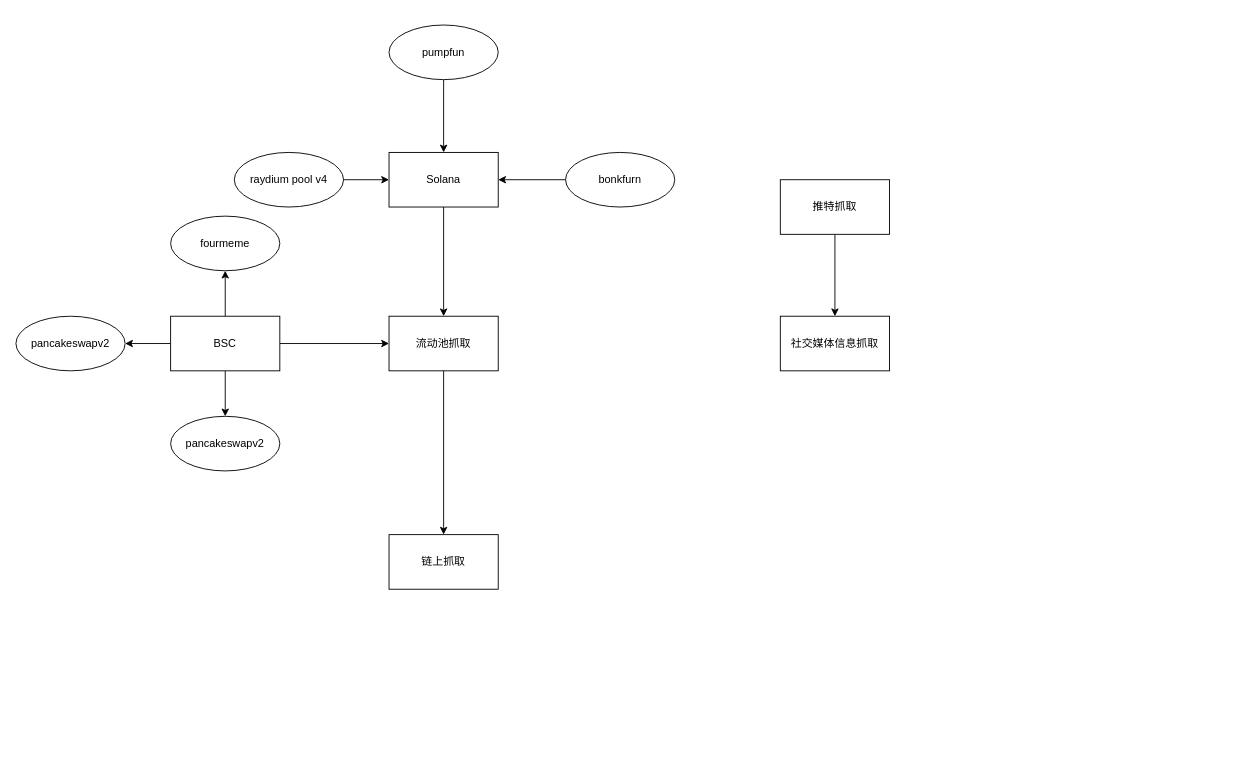
Earlier version of the draw.io diagram DEME.drawio (zhangguo2002/project_diagram). Source tidied: cells renumbered, new cells numbered last; positions are measured from the earlier drawing's top-left corner, leaving out a move shared by most shapes. Both pictures are drawn from the tidied source at 91%, with x=0, y=0 at pixel (15, 25).
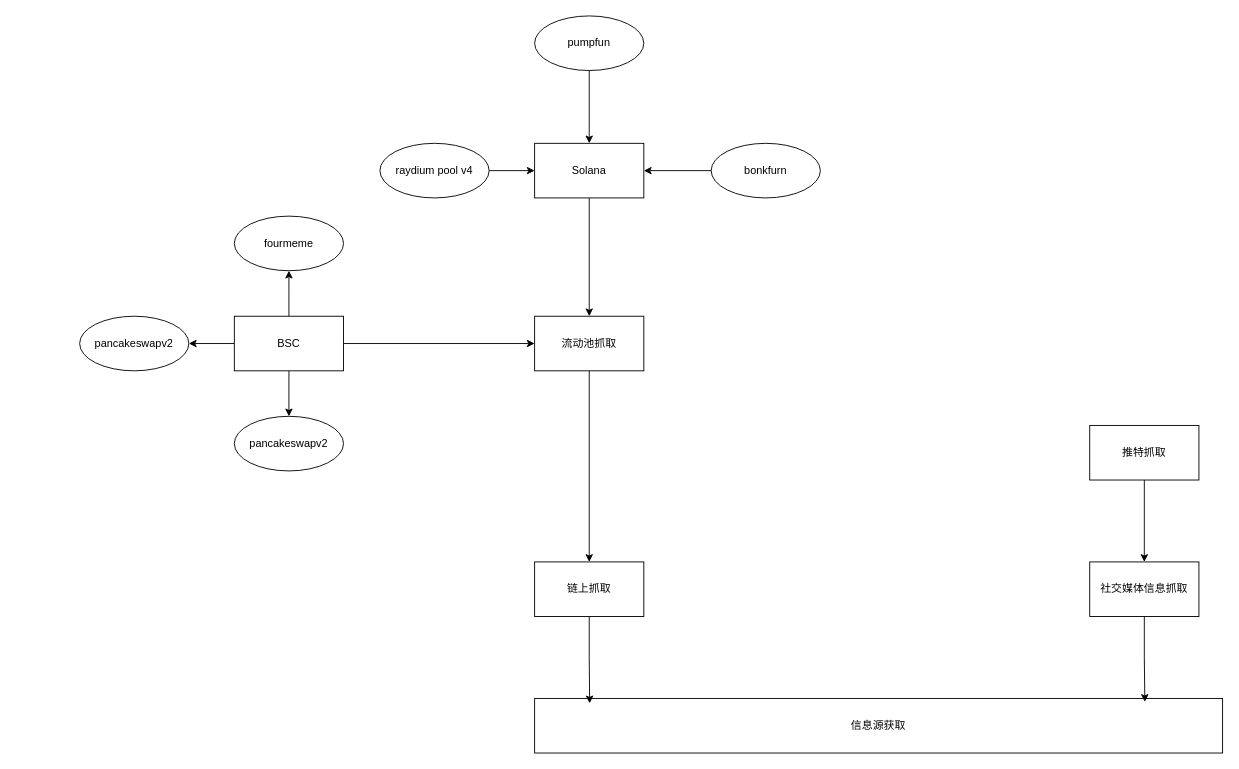
After the change.

Diff of the diagram source:
```diff
@@
     <mxCell id="2" value="链上抓取" style="rounded=0;whiteSpace=wrap;html=1;" parent="1" vertex="1">
-      <mxGeometry x="410" y="560" width="120" height="60" as="geometry" />
+      <mxGeometry x="570" y="590" width="120" height="60" as="geometry" />
     </mxCell>
     <mxCell id="3" value="社交媒体信息抓取" style="rounded=0;whiteSpace=wrap;html=1;" parent="1" vertex="1">
-      <mxGeometry x="840" y="320" width="120" height="60" as="geometry" />
+      <mxGeometry x="1180" y="590" width="120" height="60" as="geometry" />
     </mxCell>
@@
     <mxCell id="5" style="edgeStyle=orthogonalEdgeStyle;rounded=0;jettySize=auto;html=1;" parent="1" edge="1" source="8">
       <mxGeometry relative="1" as="geometry">
-        <mxPoint x="230" y="270" as="targetPoint" />
+        <mxPoint x="300" y="270" as="targetPoint" />
       </mxGeometry>
     </mxCell>
@@
     <mxCell id="8" value="BSC" style="rounded=0;whiteSpace=wrap;html=1;" parent="1" vertex="1">
-      <mxGeometry x="170" y="320" width="120" height="60" as="geometry" />
+      <mxGeometry x="240" y="320" width="120" height="60" as="geometry" />
     </mxCell>
@@
     <mxCell id="10" value="Solana" style="rounded=0;whiteSpace=wrap;html=1;" parent="1" vertex="1">
-      <mxGeometry x="410" y="140" width="120" height="60" as="geometry" />
+      <mxGeometry x="570" y="130" width="120" height="60" as="geometry" />
     </mxCell>
@@
     <mxCell id="12" value="流动池抓取" style="rounded=0;whiteSpace=wrap;html=1;" parent="1" vertex="1">
-      <mxGeometry x="410" y="320" width="120" height="60" as="geometry" />
+      <mxGeometry x="570" y="320" width="120" height="60" as="geometry" />
     </mxCell>
     <mxCell id="13" value="fourmeme" style="ellipse;whiteSpace=wrap;html=1;" parent="1" vertex="1">
-      <mxGeometry x="170" y="210" width="120" height="60" as="geometry" />
+      <mxGeometry x="240" y="210" width="120" height="60" as="geometry" />
     </mxCell>
     <mxCell id="14" value="pancakeswapv2" style="ellipse;whiteSpace=wrap;html=1;" parent="1" vertex="1">
-      <mxGeometry y="320" width="120" height="60" as="geometry" />
+      <mxGeometry x="70" y="320" width="120" height="60" as="geometry" />
     </mxCell>
@@
     <mxCell id="16" value="pumpfun" style="ellipse;whiteSpace=wrap;html=1;" parent="1" vertex="1">
-      <mxGeometry x="410" width="120" height="60" as="geometry" />
+      <mxGeometry x="570" y="-10" width="120" height="60" as="geometry" />
     </mxCell>
     <mxCell id="17" value="pancakeswapv2" style="ellipse;whiteSpace=wrap;html=1;" parent="1" vertex="1">
-      <mxGeometry x="170" y="430" width="120" height="60" as="geometry" />
+      <mxGeometry x="240" y="430" width="120" height="60" as="geometry" />
     </mxCell>
@@
     <mxCell id="19" value="bonkfurn" style="ellipse;whiteSpace=wrap;html=1;" parent="1" vertex="1">
-      <mxGeometry x="604" y="140" width="120" height="60" as="geometry" />
+      <mxGeometry x="764" y="130" width="120" height="60" as="geometry" />
     </mxCell>
@@
     <mxCell id="21" value="raydium pool v4" style="ellipse;whiteSpace=wrap;html=1;" parent="1" vertex="1">
-      <mxGeometry x="240" y="140" width="120" height="60" as="geometry" />
+      <mxGeometry x="400" y="130" width="120" height="60" as="geometry" />
     </mxCell>
@@
     <mxCell id="23" value="推特抓取" style="rounded=0;whiteSpace=wrap;html=1;" parent="1" vertex="1">
-      <mxGeometry x="840" y="170" width="120" height="60" as="geometry" />
+      <mxGeometry x="1180" y="440" width="120" height="60" as="geometry" />
     </mxCell>
+    <mxCell id="24" value="信息源获取" style="rounded=0;whiteSpace=wrap;html=1;" parent="1" vertex="1">
+      <mxGeometry x="570" y="740" width="756" height="60" as="geometry" />
+    </mxCell>
+    <mxCell id="25" style="edgeStyle=orthogonalEdgeStyle;rounded=0;jettySize=auto;html=1;entryX=0.08;entryY=0.09;entryDx=0;entryDy=0;entryPerimeter=0;" parent="1" edge="1" source="2" target="24">
+      <mxGeometry relative="1" as="geometry" />
+    </mxCell>
+    <mxCell id="26" style="edgeStyle=orthogonalEdgeStyle;rounded=0;jettySize=auto;html=1;exitX=0.5;exitY=1;exitDx=0;exitDy=0;entryX=0.887;entryY=0.063;entryDx=0;entryDy=0;entryPerimeter=0;" parent="1" edge="1" source="3" target="24">
+      <mxGeometry relative="1" as="geometry" />
+    </mxCell>
```
